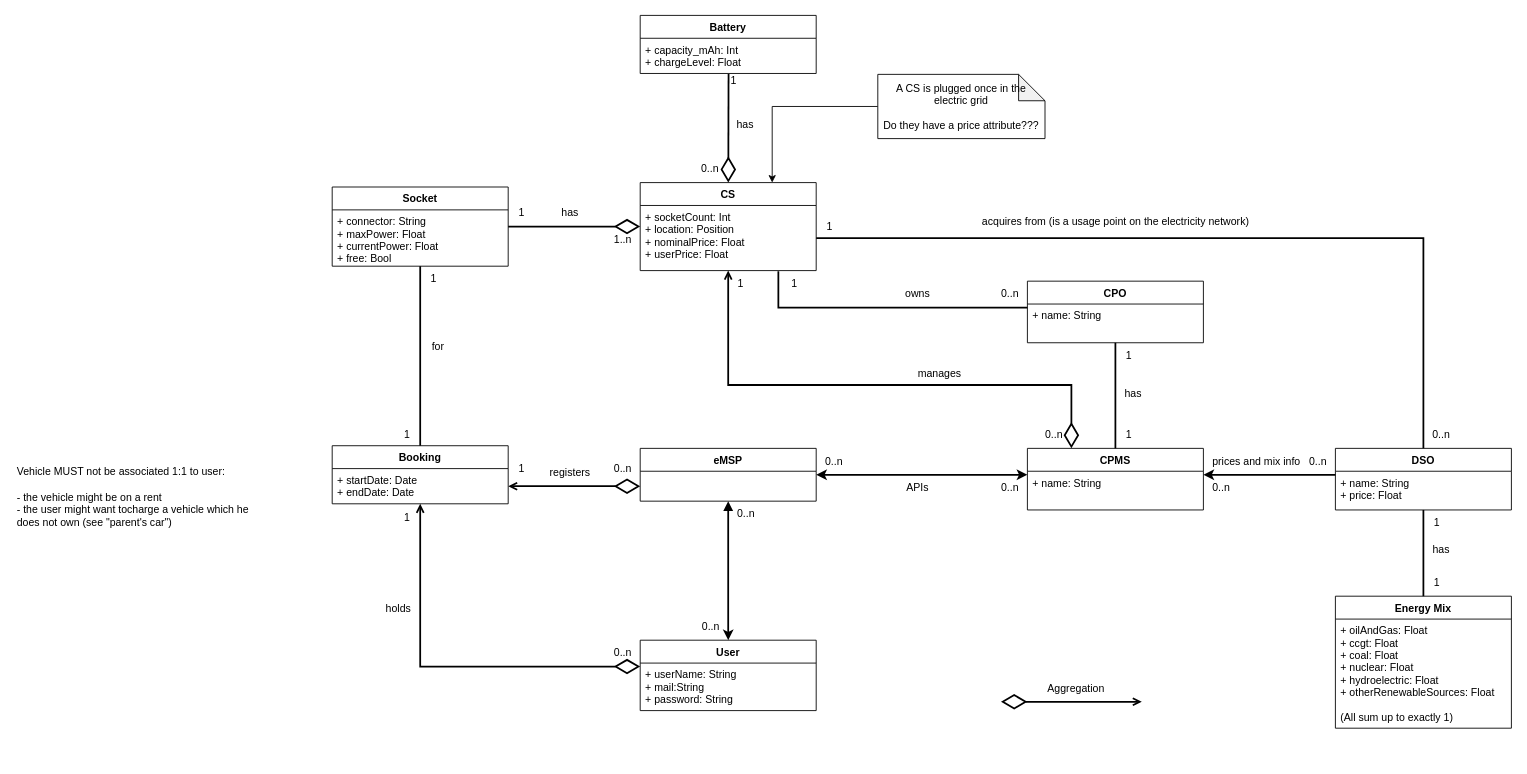
This is RASD/UML.drawio from EMJzero/SoftwareEngineeringII-project, a draw.io file, before an edit. Source tidied: cells renumbered, new cells numbered last; positions are measured from the earlier drawing's top-left corner, leaving out a move shared by most shapes. Both pictures are drawn from the tidied source at 88%, with x=0, y=0 at pixel (15, 15).
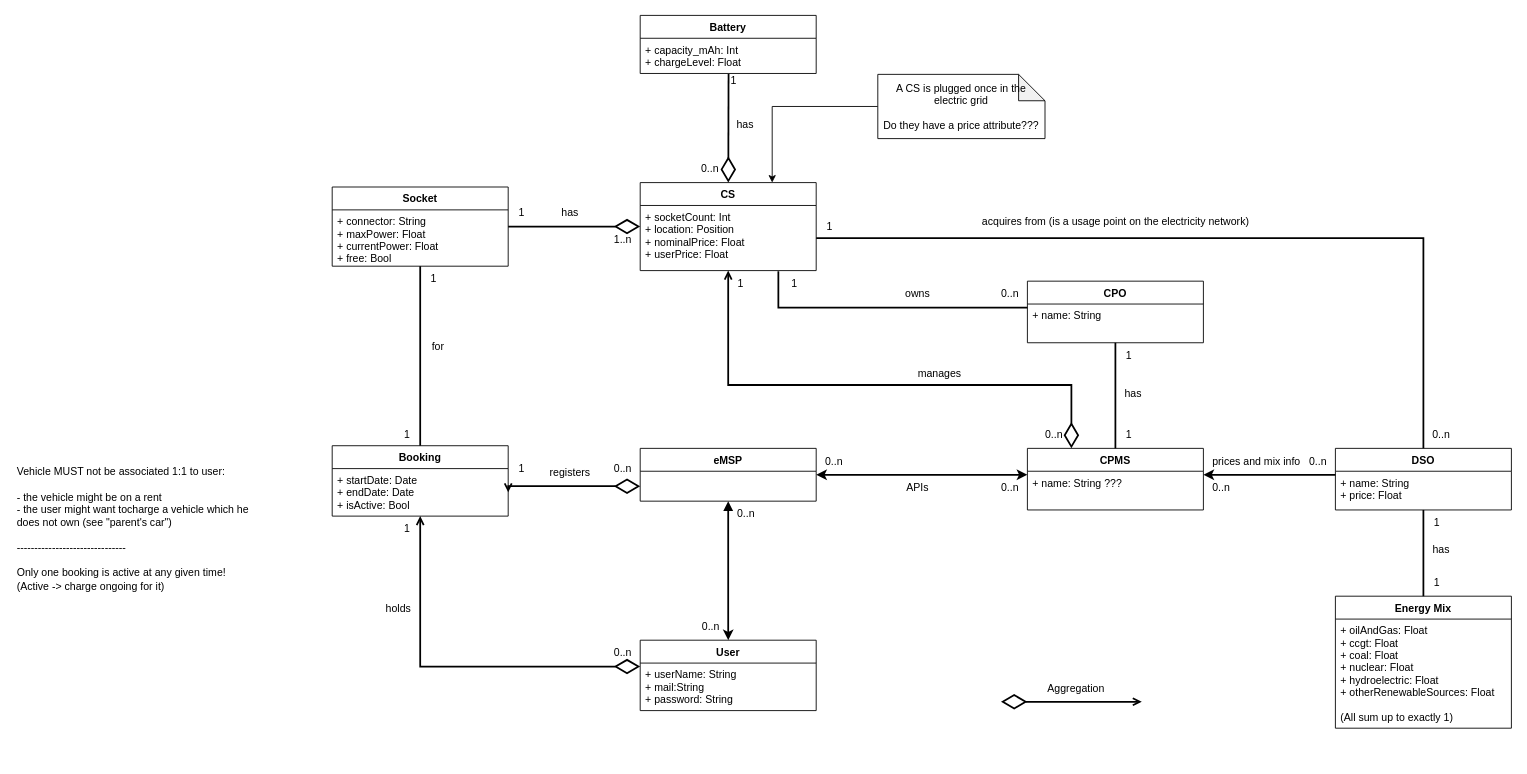
The same diagram, later.

Commit message (it also covers changes not shown here):
update Latex and diagrams

The change refers to these unchanged cells:
```xml
<mxCell id="33" value="CPMS" style="swimlane;fontStyle=1;horizontal=1;startSize=26;fillColor=none;" parent="1" vertex="1">
  <mxGeometry x="1150" y="492" width="200" height="70" as="geometry" />
</mxCell>
```

Diff of the diagram source:
```diff
@@
-    <mxCell id="34" value="+ name: String" style="text;strokeColor=none;fillColor=none;align=left;verticalAlign=top;spacingLeft=4;spacingRight=4;overflow=hidden;" parent="33" vertex="1">
+    <mxCell id="34" value="+ name: String ???" style="text;strokeColor=none;fillColor=none;align=left;verticalAlign=top;spacingLeft=4;spacingRight=4;overflow=hidden;" parent="33" vertex="1">
       <mxGeometry y="26" width="200" height="44" as="geometry" />
     </mxCell>
@@
     <mxCell id="37" value="Booking" style="swimlane;fontStyle=1;horizontal=1;startSize=26;fillColor=none;" parent="1" vertex="1">
-      <mxGeometry x="360" y="489" width="200" height="66" as="geometry" />
+      <mxGeometry x="360" y="489" width="200" height="80" as="geometry" />
     </mxCell>
-    <mxCell id="38" value="+ startDate: Date&#10;+ endDate: Date" style="text;strokeColor=none;fillColor=none;align=left;verticalAlign=top;spacingLeft=4;spacingRight=4;overflow=hidden;points=[[0,0.5],[1,0.5]];portConstraint=eastwest;" parent="37" vertex="1">
-      <mxGeometry y="26" width="200" height="40" as="geometry" />
+    <mxCell id="38" value="+ startDate: Date&#10;+ endDate: Date&#10;+ isActive: Bool&#10;" style="text;strokeColor=none;fillColor=none;align=left;verticalAlign=top;spacingLeft=4;spacingRight=4;overflow=hidden;points=[[0,0.5],[1,0.5]];portConstraint=eastwest;" parent="37" vertex="1">
+      <mxGeometry y="26" width="200" height="54" as="geometry" />
     </mxCell>
@@
     <mxCell id="42" value="1" style="text;html=1;align=center;verticalAlign=middle;strokeColor=none;fillColor=none;" parent="1" vertex="1">
-      <mxGeometry x="430" y="556" width="30" height="30" as="geometry" />
+      <mxGeometry x="430" y="569" width="30" height="30" as="geometry" />
     </mxCell>
@@
-    <mxCell id="55" value="Vehicle MUST not be associated 1:1 to user:&lt;br&gt;&lt;br&gt;&lt;div&gt;- the vehicle might be on a rent&lt;/div&gt;&lt;div&gt;- the user might want tocharge a vehicle which he does not own (see &quot;parent's car&quot;)&lt;br&gt;&lt;/div&gt;" style="text;whiteSpace=wrap;html=1;" parent="1" vertex="1">
+    <mxCell id="55" value="Vehicle MUST not be associated 1:1 to user:&lt;br&gt;&lt;br&gt;&lt;div&gt;- the vehicle might be on a rent&lt;/div&gt;&lt;div&gt;- the user might want tocharge a vehicle which he does not own (see &quot;parent's car&quot;)&lt;/div&gt;&lt;div&gt;&lt;br&gt;&lt;/div&gt;&lt;div&gt;-------------------------------&lt;/div&gt;&lt;div&gt;&lt;br&gt;&lt;/div&gt;&lt;div&gt;Only one booking is active at any given time!&lt;/div&gt;&lt;div&gt;(Active -&amp;gt; charge ongoing for it)&lt;br&gt;&lt;/div&gt;" style="text;whiteSpace=wrap;html=1;" parent="1" vertex="1">
       <mxGeometry y="505" width="270" height="340" as="geometry" />
     </mxCell>
```
